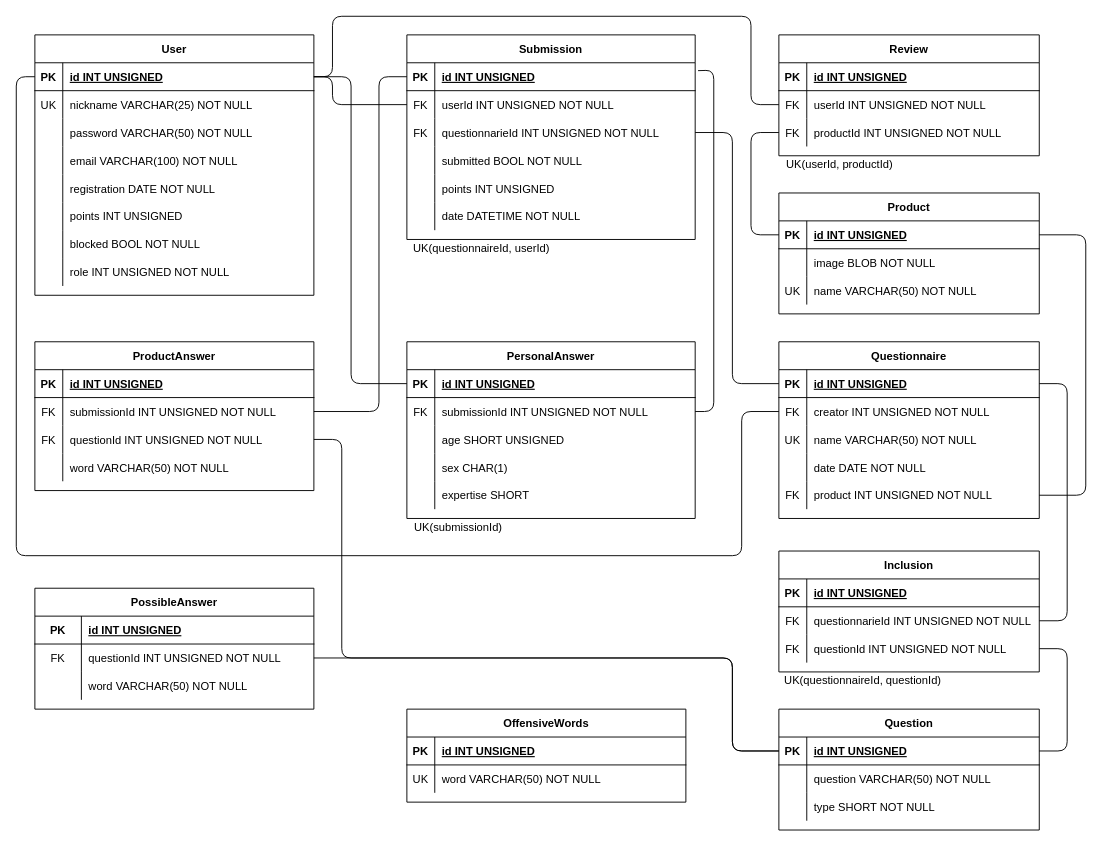
Before: page "ProgettoLogico" (2 of 2) of DIAGRAMS/EntityRelations.drawio in marcoPetriPolimi/db2-polimiProject-2020-2021, a draw.io diagram. Source tidied: cells renumbered, new cells numbered last; positions are measured from the earlier drawing's top-left corner, leaving out a move shared by most shapes. Both pictures are drawn from the tidied source at 93%, with x=0, y=0 at pixel (16, 16).
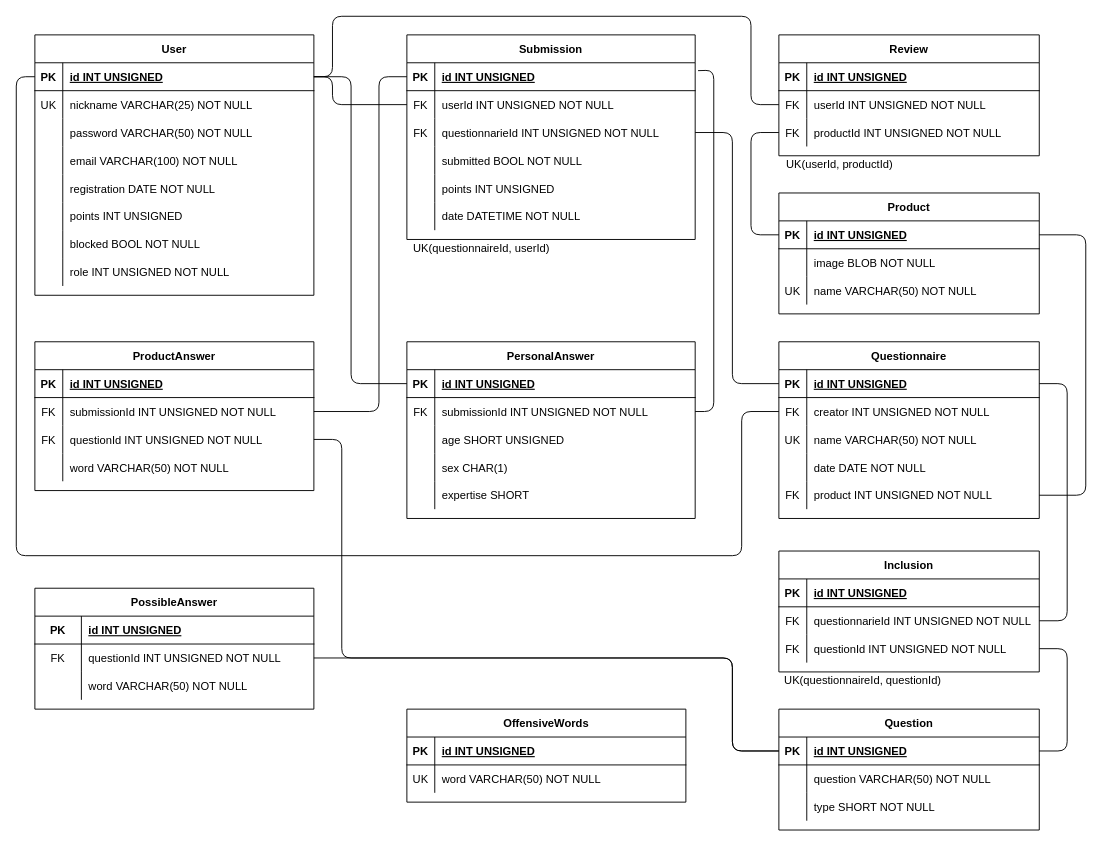
After the change.

The edit, as a diff of the source:
```diff
@@
-    <mxCell id="98" value="UK(submissionId)" style="text;html=1;align=center;verticalAlign=middle;" parent="1" vertex="1">
-      <mxGeometry x="420" y="540" width="110" height="20" as="geometry" />
-    </mxCell>
```
